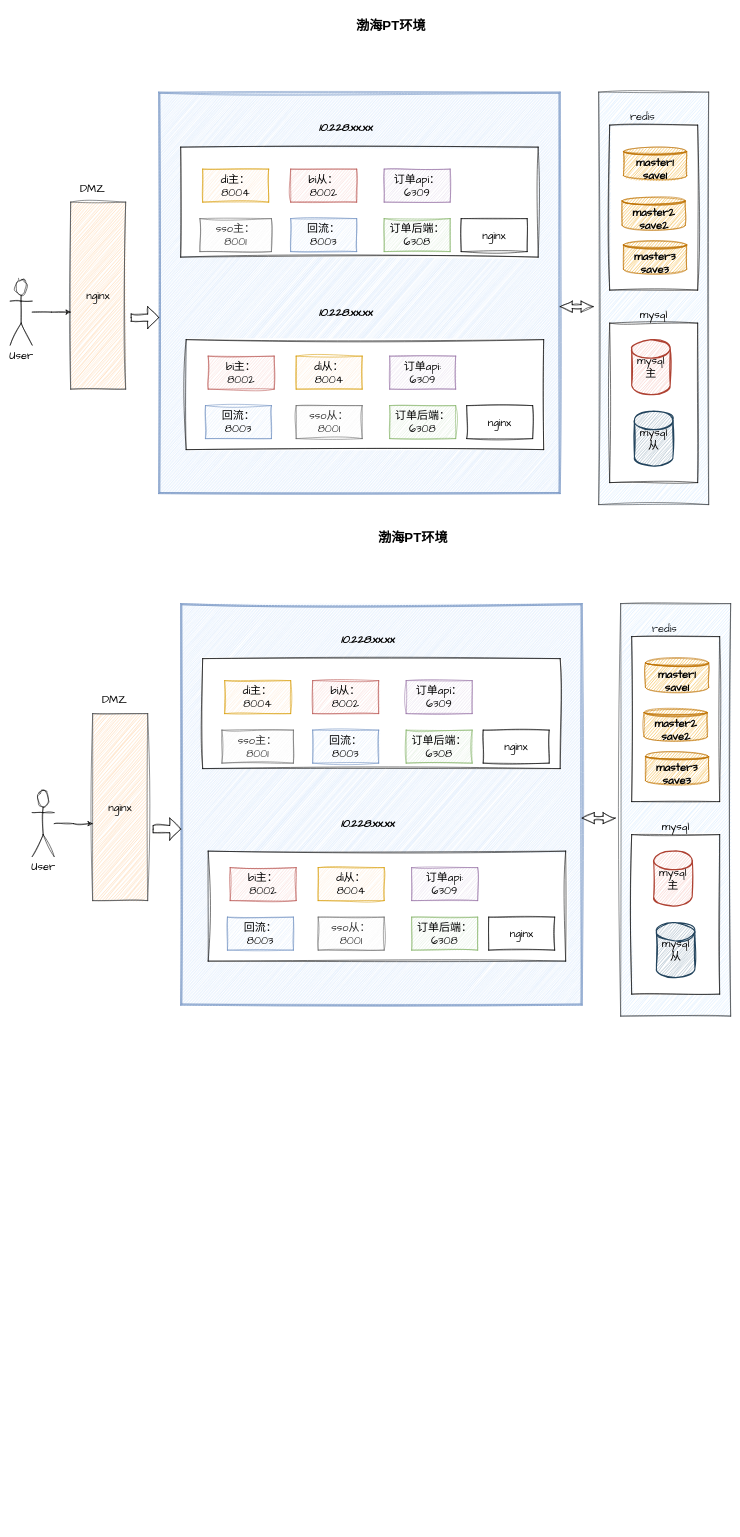
BNingliu/drawIO keeps this draw.io diagram as 渤海pt环境.drawio. Above is the earlier version. Source tidied: cells renumbered, new cells numbered last; positions are measured from the earlier drawing's top-left corner, leaving out a move shared by most shapes. Both pictures are drawn from the tidied source at 55%, with x=0, y=0 at pixel (10, 15).
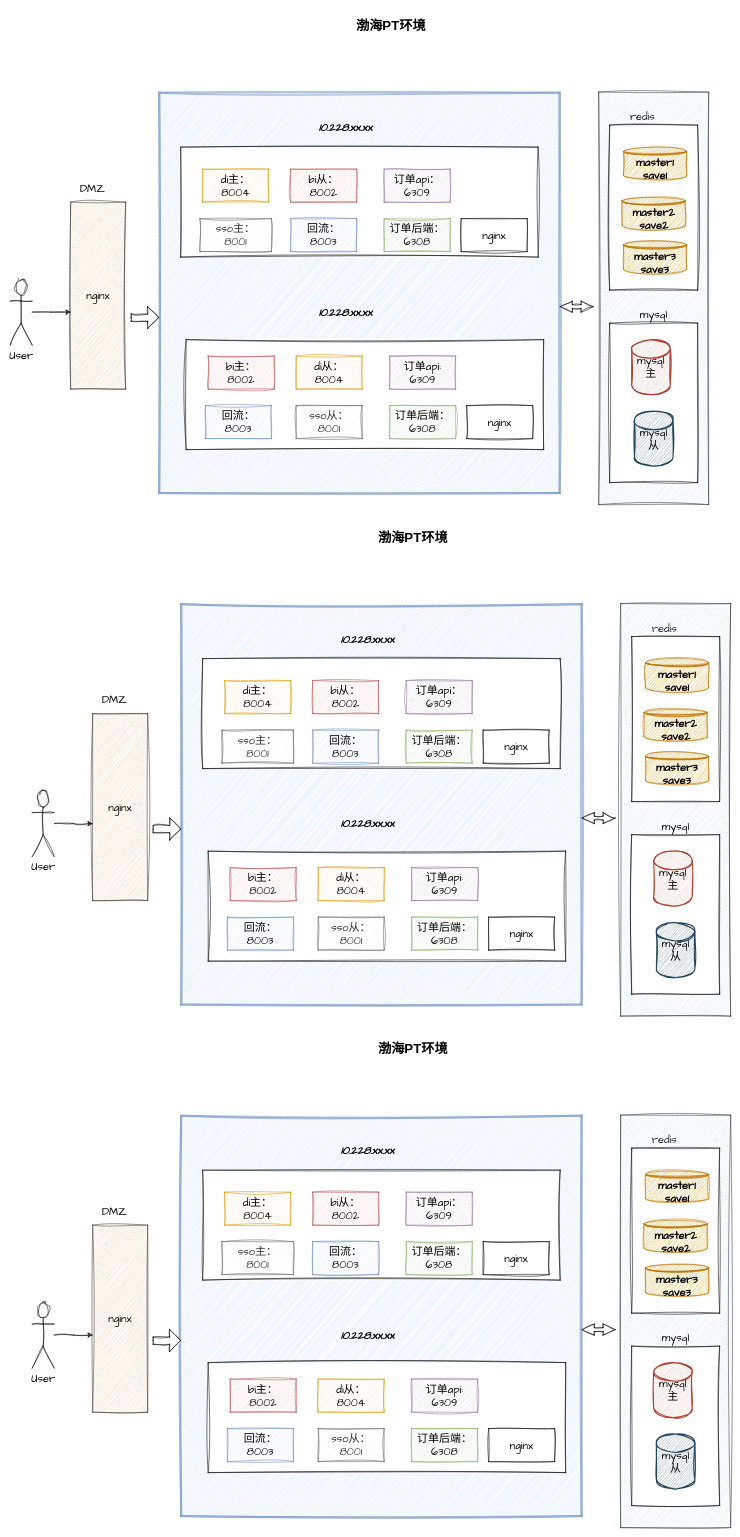
The same diagram, later.

Commit message:
更新渤海pt环a境.drawio

The edit, as a diff of the source:
```diff
@@
+    <mxCell id="80" value="nginx" style="rounded=0;whiteSpace=wrap;html=1;hachureGap=4;fontFamily=Architects Daughter;fontSize=20;fillColor=#ffcc99;strokeColor=#36393d;sketch=1;curveFitting=1;jiggle=2;" parent="1" vertex="1">
+      <mxGeometry x="150" y="2200" width="100" height="340" as="geometry" />
+    </mxCell>
+    <mxCell id="81" value="DMZ" style="text;html=1;strokeColor=none;fillColor=none;align=center;verticalAlign=middle;whiteSpace=wrap;rounded=0;hachureGap=4;fontFamily=Architects Daughter;fontSize=20;sketch=1;curveFitting=1;jiggle=2;" parent="1" vertex="1">
+      <mxGeometry x="160" y="2160" width="60" height="30" as="geometry" />
+    </mxCell>
+    <mxCell id="82" value="User" style="shape=umlActor;verticalLabelPosition=bottom;verticalAlign=top;html=1;outlineConnect=0;hachureGap=4;fontFamily=Architects Daughter;fontSize=20;rounded=0;sketch=1;curveFitting=1;jiggle=2;" parent="1" vertex="1">
+      <mxGeometry x="40" y="2340" width="40" height="120" as="geometry" />
+    </mxCell>
+    <mxCell id="83" style="edgeStyle=orthogonalEdgeStyle;rounded=0;hachureGap=4;jettySize=auto;html=1;fontFamily=Architects Daughter;fontSize=16;sketch=1;curveFitting=1;jiggle=2;" parent="1" edge="1" source="82">
+      <mxGeometry relative="1" as="geometry">
+        <mxPoint x="150" y="2400" as="targetPoint" />
+      </mxGeometry>
+    </mxCell>
+    <mxCell id="84" style="shape=ext;double=1;whiteSpace=wrap;html=1;hachureGap=4;fontFamily=Architects Daughter;fontSize=20;fillColor=#dae8fc;strokeColor=#6c8ebf;rounded=0;sketch=1;curveFitting=1;jiggle=2;" parent="1" vertex="1">
+      <mxGeometry x="310" y="2000" width="730" height="730" as="geometry" />
+    </mxCell>
+    <mxCell id="85" value="&lt;b&gt;&lt;i&gt;10.228.xx.xx&lt;/i&gt;&lt;/b&gt;" style="text;html=1;strokeColor=none;fillColor=none;align=center;verticalAlign=middle;whiteSpace=wrap;rounded=0;hachureGap=4;fontFamily=Architects Daughter;fontSize=20;sketch=1;curveFitting=1;jiggle=2;" parent="1" vertex="1">
+      <mxGeometry x="620" y="2385" width="60" height="30" as="geometry" />
+    </mxCell>
+    <mxCell id="86" value="redis" style="text;html=1;strokeColor=none;fillColor=none;align=center;verticalAlign=middle;whiteSpace=wrap;rounded=0;hachureGap=4;fontFamily=Architects Daughter;fontSize=20;sketch=1;curveFitting=1;jiggle=2;" parent="1" vertex="1">
+      <mxGeometry x="1160" y="2030" width="60" height="30" as="geometry" />
+    </mxCell>
+    <mxCell id="87" style="edgeStyle=none;rounded=0;hachureGap=4;jettySize=auto;html=1;fontFamily=Architects Daughter;fontSize=16;fontColor=#000000;sketch=1;curveFitting=1;jiggle=2;" parent="1" edge="1" source="88" target="84">
+      <mxGeometry relative="1" as="geometry" />
+    </mxCell>
+    <mxCell id="88" style="html=1;shadow=0;dashed=0;align=center;verticalAlign=middle;shape=mxgraph.arrows2.twoWayArrow;dy=0.65;dx=22;labelBackgroundColor=#000000;hachureGap=4;fontFamily=Architects Daughter;fontSize=20;fontColor=#000000;gradientColor=none;rounded=0;sketch=1;curveFitting=1;jiggle=2;" parent="1" vertex="1">
+      <mxGeometry x="1040" y="2380" width="60" height="20" as="geometry" />
+    </mxCell>
+    <mxCell id="89" style="html=1;shadow=0;dashed=0;align=center;verticalAlign=middle;shape=mxgraph.arrows2.arrow;dy=0.67;dx=20;notch=0;labelBackgroundColor=#000000;hachureGap=4;fontFamily=Architects Daughter;fontSize=20;fontColor=#000000;gradientColor=none;rounded=0;sketch=1;curveFitting=1;jiggle=2;" parent="1" vertex="1">
+      <mxGeometry x="260" y="2390" width="50" height="40" as="geometry" />
+    </mxCell>
+    <mxCell id="90" style="group;rounded=0;sketch=1;curveFitting=1;jiggle=2;" parent="1" vertex="1">
+      <mxGeometry x="1110" y="2000" width="200" height="750" as="geometry" />
+    </mxCell>
+    <mxCell id="91" style="rounded=0;whiteSpace=wrap;html=1;hachureGap=4;fontFamily=Architects Daughter;fontSize=20;fillColor=#cce5ff;strokeColor=#36393d;sketch=1;curveFitting=1;jiggle=2;" parent="90" vertex="1">
+      <mxGeometry width="200" height="750" as="geometry" />
+    </mxCell>
+    <mxCell id="92" style="rounded=0;whiteSpace=wrap;html=1;hachureGap=4;fontFamily=Architects Daughter;fontSize=20;gradientColor=none;sketch=1;curveFitting=1;jiggle=2;" parent="90" vertex="1">
+      <mxGeometry x="20" y="60" width="160" height="300" as="geometry" />
+    </mxCell>
+    <mxCell id="93" style="rounded=0;whiteSpace=wrap;html=1;hachureGap=4;fontFamily=Architects Daughter;fontSize=20;gradientColor=none;sketch=1;curveFitting=1;jiggle=2;" parent="90" vertex="1">
+      <mxGeometry x="20" y="420" width="160" height="290" as="geometry" />
+    </mxCell>
+    <mxCell id="94" value="mysql" style="text;html=1;strokeColor=none;fillColor=none;align=center;verticalAlign=middle;whiteSpace=wrap;rounded=0;hachureGap=4;fontFamily=Architects Daughter;fontSize=20;sketch=1;curveFitting=1;jiggle=2;" parent="90" vertex="1">
+      <mxGeometry x="70" y="390" width="60" height="30" as="geometry" />
+    </mxCell>
+    <mxCell id="95" value="mysql主" style="strokeWidth=2;html=1;shape=mxgraph.flowchart.database;whiteSpace=wrap;hachureGap=4;fontFamily=Architects Daughter;fontSize=20;fillColor=#fad9d5;strokeColor=#ae4132;rounded=0;sketch=1;curveFitting=1;jiggle=2;" parent="90" vertex="1">
+      <mxGeometry x="60" y="450" width="70" height="100" as="geometry" />
+    </mxCell>
+    <mxCell id="96" value="mysql从" style="strokeWidth=2;html=1;shape=mxgraph.flowchart.database;whiteSpace=wrap;hachureGap=4;fontFamily=Architects Daughter;fontSize=20;fillColor=#bac8d3;strokeColor=#23445d;rounded=0;sketch=1;curveFitting=1;jiggle=2;" parent="90" vertex="1">
+      <mxGeometry x="65" y="580" width="70" height="100" as="geometry" />
+    </mxCell>
+    <mxCell id="97" value="&lt;font color=&quot;#000000&quot;&gt;&lt;b&gt;master1&lt;br&gt;save1&lt;/b&gt;&lt;/font&gt;" style="shape=datastore;whiteSpace=wrap;html=1;hachureGap=4;fontFamily=Architects Daughter;fontSize=20;fillColor=#f0a30a;fontColor=#000000;strokeColor=#BD7000;rounded=0;sketch=1;curveFitting=1;jiggle=2;" parent="90" vertex="1">
+      <mxGeometry x="45" y="100" width="115" height="60" as="geometry" />
+    </mxCell>
+    <mxCell id="98" value="&lt;font color=&quot;#000000&quot;&gt;&lt;b&gt;master2&lt;br&gt;save2&lt;/b&gt;&lt;/font&gt;" style="shape=datastore;whiteSpace=wrap;html=1;hachureGap=4;fontFamily=Architects Daughter;fontSize=20;fillColor=#f0a30a;fontColor=#000000;strokeColor=#BD7000;rounded=0;sketch=1;curveFitting=1;jiggle=2;" parent="90" vertex="1">
+      <mxGeometry x="42.5" y="190" width="115" height="60" as="geometry" />
+    </mxCell>
+    <mxCell id="99" value="&lt;b&gt;&lt;font color=&quot;#000000&quot;&gt;master3&lt;br&gt;save3&lt;/font&gt;&lt;/b&gt;" style="shape=datastore;whiteSpace=wrap;html=1;hachureGap=4;fontFamily=Architects Daughter;fontSize=20;fillColor=#f0a30a;fontColor=#000000;strokeColor=#BD7000;rounded=0;sketch=1;curveFitting=1;jiggle=2;" parent="90" vertex="1">
+      <mxGeometry x="45" y="270" width="115" height="60" as="geometry" />
+    </mxCell>
+    <mxCell id="100" style="group;rounded=0;sketch=1;curveFitting=1;jiggle=2;" parent="1" vertex="1">
+      <mxGeometry x="350" y="2050" width="660" height="600" as="geometry" />
+    </mxCell>
+    <mxCell id="101" style="rounded=0;whiteSpace=wrap;html=1;hachureGap=4;fontFamily=Architects Daughter;fontSize=20;sketch=1;curveFitting=1;jiggle=2;" parent="100" vertex="1">
+      <mxGeometry y="50" width="650" height="200" as="geometry" />
+    </mxCell>
+    <mxCell id="102" style="rounded=0;whiteSpace=wrap;html=1;hachureGap=4;fontFamily=Architects Daughter;fontSize=20;sketch=1;curveFitting=1;jiggle=2;" parent="100" vertex="1">
+      <mxGeometry x="10" y="400" width="650" height="200" as="geometry" />
+    </mxCell>
+    <mxCell id="103" value="&lt;b&gt;&lt;i&gt;10.228.xx.xx&lt;/i&gt;&lt;/b&gt;" style="text;html=1;strokeColor=none;fillColor=none;align=center;verticalAlign=middle;whiteSpace=wrap;rounded=0;hachureGap=4;fontFamily=Architects Daughter;fontSize=20;sketch=1;curveFitting=1;jiggle=2;" parent="100" vertex="1">
+      <mxGeometry x="270" width="60" height="30" as="geometry" />
+    </mxCell>
+    <mxCell id="104" value="di主：&lt;br&gt;8004" style="rounded=0;whiteSpace=wrap;html=1;hachureGap=4;fontFamily=Architects Daughter;fontSize=20;fillColor=#ffe6cc;strokeColor=#d79b00;sketch=1;curveFitting=1;jiggle=2;" parent="100" vertex="1">
+      <mxGeometry x="40" y="90" width="120" height="60" as="geometry" />
+    </mxCell>
+    <mxCell id="105" value="bi从：&lt;br&gt;8002" style="rounded=0;whiteSpace=wrap;html=1;hachureGap=4;fontFamily=Architects Daughter;fontSize=20;fillColor=#f8cecc;strokeColor=#b85450;sketch=1;curveFitting=1;jiggle=2;" parent="100" vertex="1">
+      <mxGeometry x="200" y="90" width="120" height="60" as="geometry" />
+    </mxCell>
+    <mxCell id="106" value="订单api：&lt;br&gt;6309" style="rounded=0;whiteSpace=wrap;html=1;hachureGap=4;fontFamily=Architects Daughter;fontSize=20;fillColor=#e1d5e7;strokeColor=#9673a6;sketch=1;curveFitting=1;jiggle=2;" parent="100" vertex="1">
+      <mxGeometry x="370" y="90" width="120" height="60" as="geometry" />
+    </mxCell>
+    <mxCell id="107" value="sso主：&lt;br&gt;8001" style="rounded=0;whiteSpace=wrap;html=1;hachureGap=4;fontFamily=Architects Daughter;fontSize=20;fillColor=#f5f5f5;fontColor=#333333;strokeColor=#666666;sketch=1;curveFitting=1;jiggle=2;" parent="100" vertex="1">
+      <mxGeometry x="35" y="180" width="130" height="60" as="geometry" />
+    </mxCell>
+    <mxCell id="108" value="回流：&lt;br&gt;8003" style="rounded=0;whiteSpace=wrap;html=1;hachureGap=4;fontFamily=Architects Daughter;fontSize=20;fillColor=#dae8fc;strokeColor=#6c8ebf;sketch=1;curveFitting=1;jiggle=2;" parent="100" vertex="1">
+      <mxGeometry x="200" y="180" width="120" height="60" as="geometry" />
+    </mxCell>
+    <mxCell id="109" value="订单后端：&lt;br&gt;6308" style="rounded=0;whiteSpace=wrap;html=1;hachureGap=4;fontFamily=Architects Daughter;fontSize=20;fillColor=#d5e8d4;strokeColor=#82b366;sketch=1;curveFitting=1;jiggle=2;" parent="100" vertex="1">
+      <mxGeometry x="370" y="180" width="120" height="60" as="geometry" />
+    </mxCell>
+    <mxCell id="110" value="nginx" style="rounded=0;whiteSpace=wrap;html=1;hachureGap=4;fontFamily=Architects Daughter;fontSize=20;sketch=1;curveFitting=1;jiggle=2;" parent="100" vertex="1">
+      <mxGeometry x="510" y="180" width="120" height="60" as="geometry" />
+    </mxCell>
+    <mxCell id="111" value="bi主：&lt;br&gt;8002" style="rounded=0;whiteSpace=wrap;html=1;hachureGap=4;fontFamily=Architects Daughter;fontSize=20;fillColor=#f8cecc;strokeColor=#b85450;sketch=1;curveFitting=1;jiggle=2;" parent="100" vertex="1">
+      <mxGeometry x="50" y="430" width="120" height="60" as="geometry" />
+    </mxCell>
+    <mxCell id="112" value="di从：&lt;br&gt;8004" style="rounded=0;whiteSpace=wrap;html=1;hachureGap=4;fontFamily=Architects Daughter;fontSize=20;fillColor=#ffe6cc;strokeColor=#d79b00;sketch=1;curveFitting=1;jiggle=2;" parent="100" vertex="1">
+      <mxGeometry x="210" y="430" width="120" height="60" as="geometry" />
+    </mxCell>
+    <mxCell id="113" value="订单api:&lt;br&gt;6309" style="rounded=0;whiteSpace=wrap;html=1;hachureGap=4;fontFamily=Architects Daughter;fontSize=20;fillColor=#e1d5e7;strokeColor=#9673a6;sketch=1;curveFitting=1;jiggle=2;" parent="100" vertex="1">
+      <mxGeometry x="380" y="430" width="120" height="60" as="geometry" />
+    </mxCell>
+    <mxCell id="114" value="回流：&lt;br&gt;8003" style="rounded=0;whiteSpace=wrap;html=1;hachureGap=4;fontFamily=Architects Daughter;fontSize=20;fillColor=#dae8fc;strokeColor=#6c8ebf;sketch=1;curveFitting=1;jiggle=2;" parent="100" vertex="1">
+      <mxGeometry x="45" y="520" width="120" height="60" as="geometry" />
+    </mxCell>
+    <mxCell id="115" value="sso从：&lt;br&gt;8001" style="rounded=0;whiteSpace=wrap;html=1;hachureGap=4;fontFamily=Architects Daughter;fontSize=20;fillColor=#f5f5f5;fontColor=#333333;strokeColor=#666666;sketch=1;curveFitting=1;jiggle=2;" parent="100" vertex="1">
+      <mxGeometry x="210" y="520" width="120" height="60" as="geometry" />
+    </mxCell>
+    <mxCell id="116" value="订单后端：&lt;br&gt;6308" style="rounded=0;whiteSpace=wrap;html=1;hachureGap=4;fontFamily=Architects Daughter;fontSize=20;fillColor=#d5e8d4;strokeColor=#82b366;sketch=1;curveFitting=1;jiggle=2;" parent="100" vertex="1">
+      <mxGeometry x="380" y="520" width="120" height="60" as="geometry" />
+    </mxCell>
+    <mxCell id="117" value="nginx" style="rounded=0;whiteSpace=wrap;html=1;hachureGap=4;fontFamily=Architects Daughter;fontSize=20;sketch=1;curveFitting=1;jiggle=2;" parent="100" vertex="1">
+      <mxGeometry x="520" y="520" width="120" height="60" as="geometry" />
+    </mxCell>
+    <mxCell id="118" value="&lt;h1&gt;渤海PT环境&lt;/h1&gt;" style="text;html=1;spacing=5;spacingTop=-20;whiteSpace=wrap;overflow=hidden;rounded=0;align=center;sketch=1;curveFitting=1;jiggle=2;" parent="1" vertex="1">
+      <mxGeometry x="575" y="1860" width="315" height="40" as="geometry" />
+    </mxCell>
```
